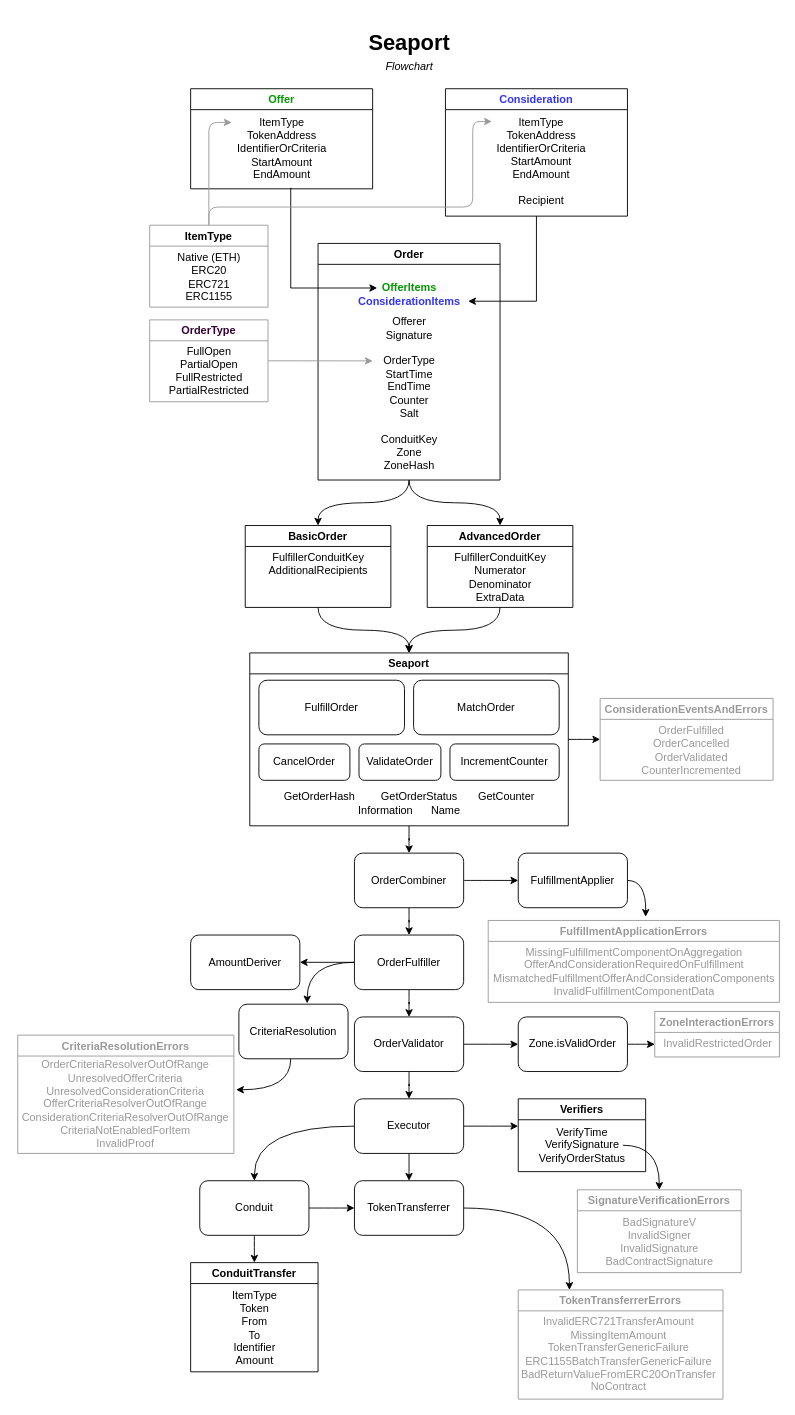
Above: diagrams/Seaport.drawio in ProjectOpenSea/seaport (draw.io), before the change. Source tidied: cells renumbered, new cells numbered last; positions are measured from the earlier drawing's top-left corner, leaving out a move shared by most shapes. Both pictures are drawn from the tidied source at 91%, with x=0, y=0 at pixel (15, 20).
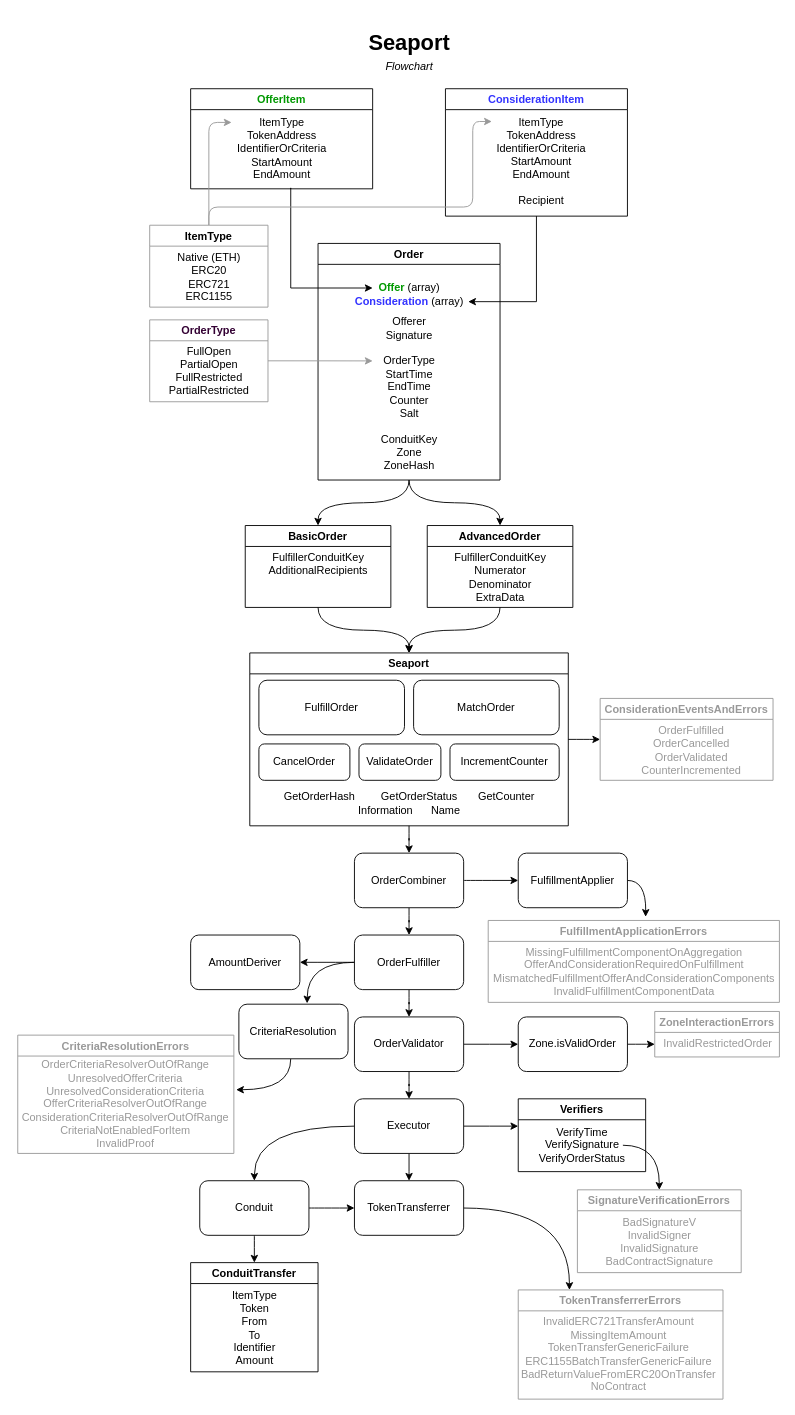
After the change.

Commit message (it also covers changes not shown here):
improve Offer/Consideration naming

The change refers to these unchanged cells:
```xml
<mxCell id="10" value="Order" style="swimlane;" parent="1" vertex="1">
  <mxGeometry x="332" y="245" width="200" height="260" as="geometry" />
</mxCell>
```

What changed in the source:
```diff
@@
     <mxCell id="2" style="edgeStyle=orthogonalEdgeStyle;rounded=0;orthogonalLoop=1;jettySize=auto;html=1;" parent="1" edge="1">
       <mxGeometry relative="1" as="geometry">
         <mxPoint x="302" y="185" as="sourcePoint" />
-        <mxPoint x="397" y="294" as="targetPoint" />
+        <mxPoint x="392" y="294" as="targetPoint" />
         <Array as="points">
           <mxPoint x="302" y="184" />
           <mxPoint x="302" y="294" />
         </Array>
       </mxGeometry>
     </mxCell>
-    <mxCell id="3" value="Offer" style="swimlane;fontColor=#009900;" parent="1" vertex="1">
+    <mxCell id="3" value="OfferItem" style="swimlane;fontColor=#009900;" parent="1" vertex="1">
       <mxGeometry x="192" y="75" width="200" height="110" as="geometry" />
     </mxCell>
@@
-    <mxCell id="5" style="edgeStyle=orthogonalEdgeStyle;rounded=0;orthogonalLoop=1;jettySize=auto;html=1;entryX=1;entryY=0.783;entryDx=0;entryDy=0;entryPerimeter=0;" parent="1" edge="1">
+    <mxCell id="5" style="edgeStyle=orthogonalEdgeStyle;rounded=0;jettySize=auto;html=1;" parent="1" edge="1" target="11">
       <mxGeometry relative="1" as="geometry">
         <mxPoint x="572" y="215" as="sourcePoint" />
-        <mxPoint x="497" y="308.5" as="targetPoint" />
         <Array as="points">
           <mxPoint x="572" y="309" />
         </Array>
       </mxGeometry>
     </mxCell>
-    <mxCell id="6" value="Consideration" style="swimlane;fontColor=#3333FF;" parent="1" vertex="1">
+    <mxCell id="6" value="ConsiderationItem" style="swimlane;fontColor=#3333FF;" parent="1" vertex="1">
       <mxGeometry x="472" y="75" width="200" height="140" as="geometry" />
     </mxCell>
@@
-    <mxCell id="11" value="&lt;b&gt;&lt;font color=&quot;#009900&quot;&gt;OfferItems&lt;/font&gt;&lt;/b&gt;&lt;br&gt;&lt;b&gt;&lt;font color=&quot;#3333ff&quot;&gt;ConsiderationItems&lt;/font&gt;&lt;/b&gt;" style="text;html=1;align=center;verticalAlign=middle;points=[];strokeColor=none;fillColor=none;" parent="10" vertex="1">
+    <mxCell id="11" value="&lt;b style=&quot;color: rgb(0, 153, 0);&quot;&gt;Offer &lt;/b&gt;(array)&lt;br&gt;&lt;b style=&quot;color: rgb(51, 51, 255);&quot;&gt;Consideration &lt;/b&gt;(array)" style="text;html=1;align=center;verticalAlign=middle;points=[];strokeColor=none;fillColor=none;" parent="10" vertex="1">
       <mxGeometry x="35" y="41" width="130" height="30" as="geometry" />
     </mxCell>
```
